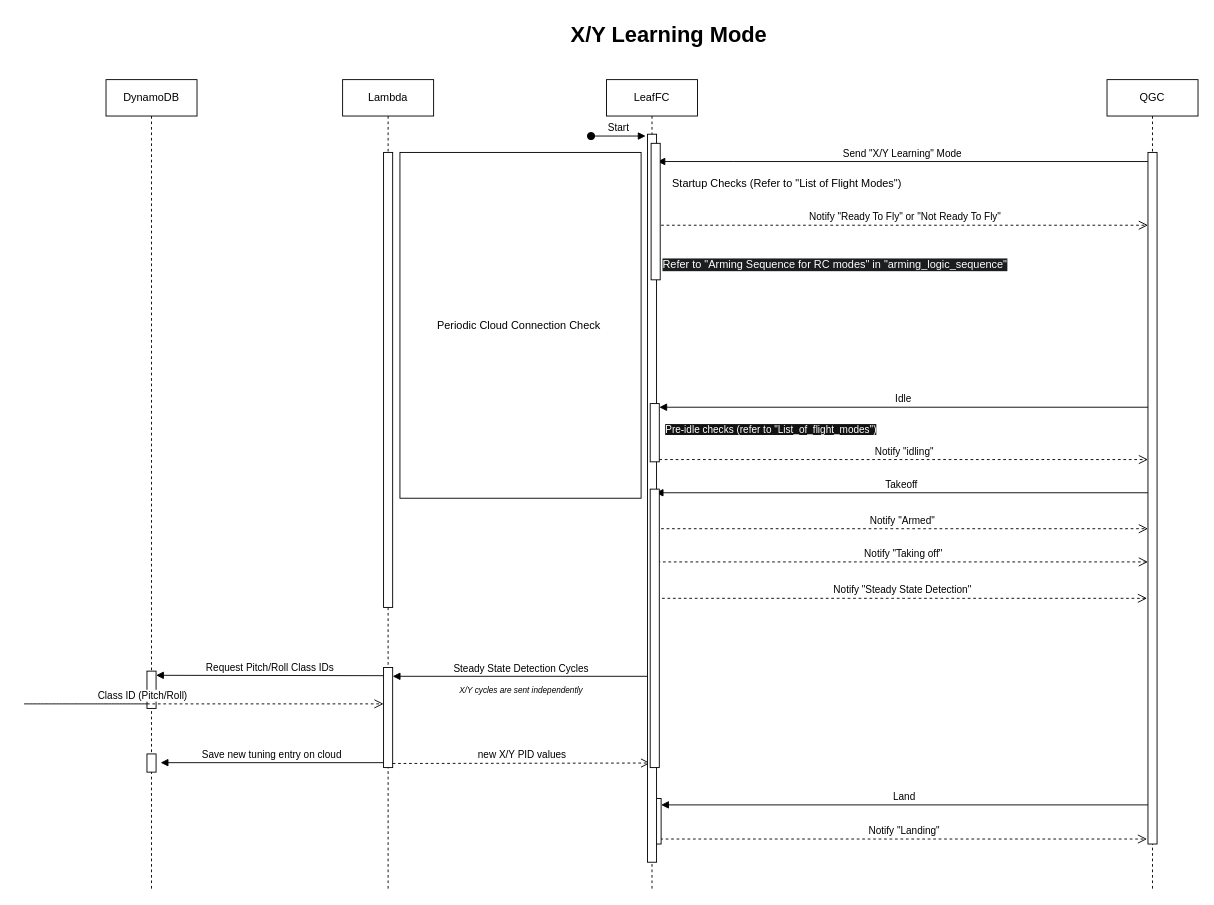
This is Guide/HEAR Software/Flight Modes/Modes Sequence Diagrams/X-Y learning mode.drawio from DroneLeaf/HEAR_wiki, a draw.io file, before an edit. Source tidied: cells renumbered, new cells numbered last; positions are measured from the earlier drawing's top-left corner, leaving out a move shared by most shapes. Both pictures are drawn from the tidied source at 91%, with x=0, y=0 at pixel (24, 15).
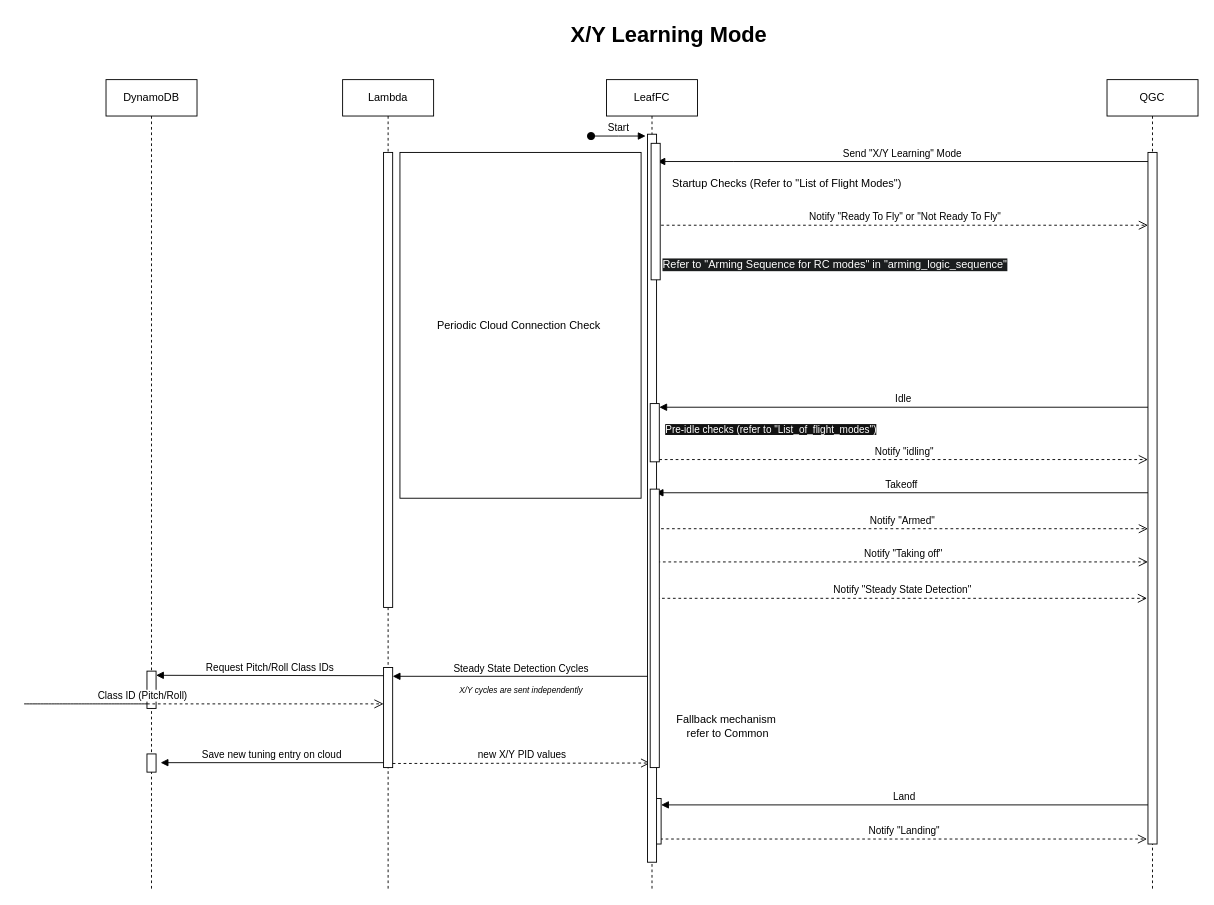
After the change.

The edit, as a diff of the source:
```diff
@@
+    <mxCell id="38" value="Fallback mechanism&amp;nbsp;&lt;div&gt;refer to Common&lt;/div&gt;" style="text;html=1;align=center;verticalAlign=middle;strokeColor=none;fillColor=none;" parent="1" vertex="1">
+      <mxGeometry x="703" y="761" width="140" height="40" as="geometry" />
+    </mxCell>
```
